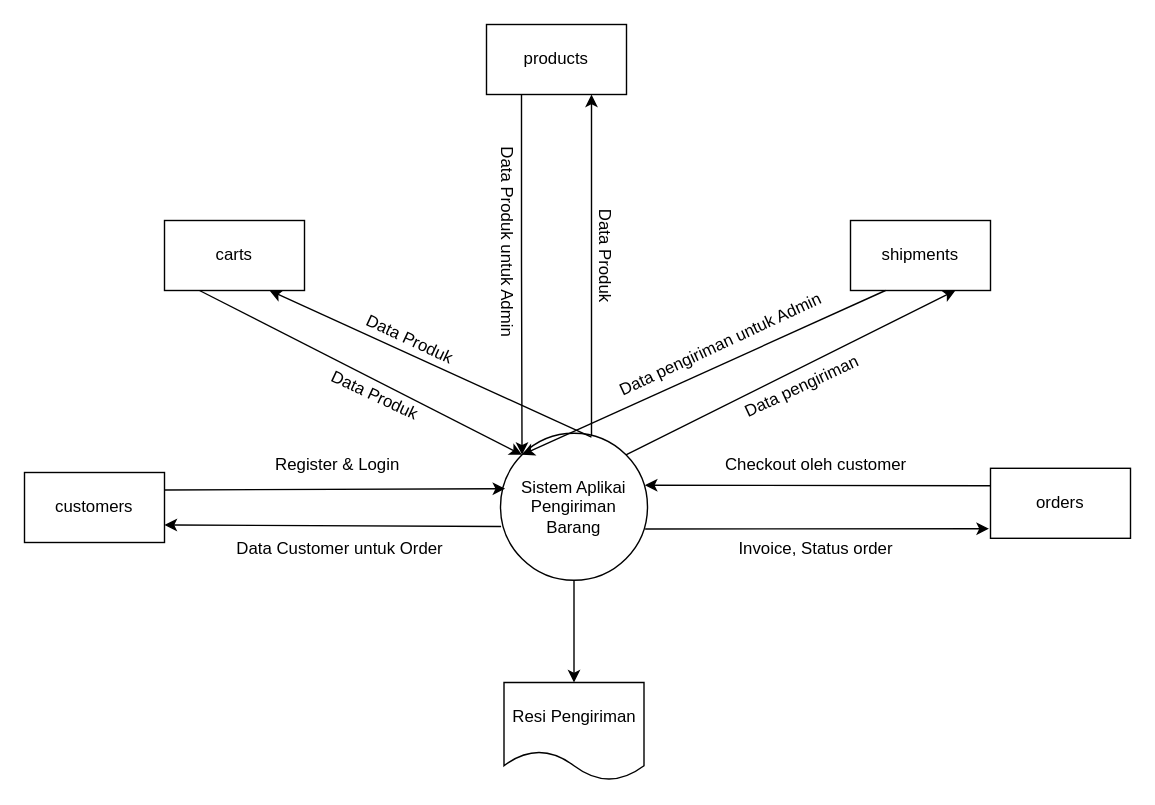
Earlier version of the draw.io diagram page "DFD" (2 of 4) of Tugas_Basdat_Jurnal.drawio (dapzz-id/DrawIO). Source tidied: cells renumbered, new cells numbered last; positions are measured from the earlier drawing's top-left corner, leaving out a move shared by most shapes. Both pictures are drawn from the tidied source at 140%, with x=0, y=0 at pixel (24, 24).
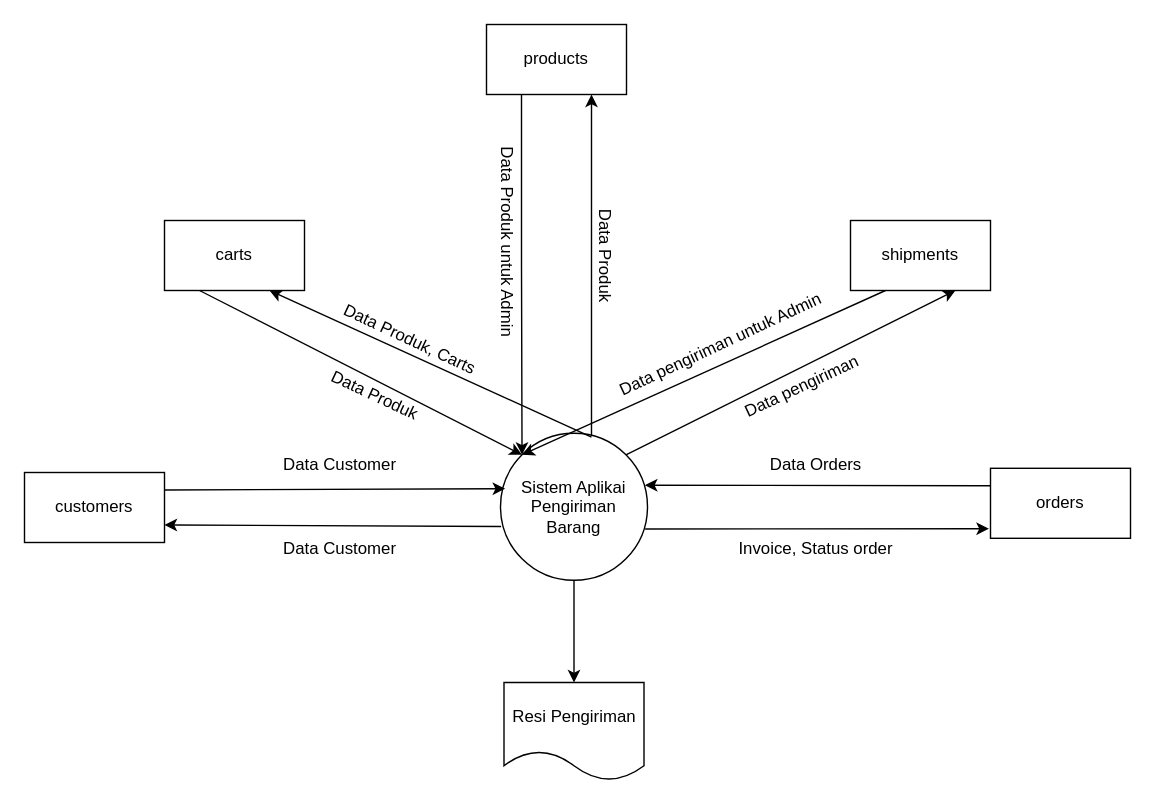
Above is the later version.

Change to the diagram source:
```diff
@@
-    <mxCell id="8" value="Register &amp;amp; Login&amp;nbsp;" style="text;html=1;align=center;verticalAlign=middle;strokeColor=none;fillColor=none;" parent="1" vertex="1">
-      <mxGeometry x="165" y="300" width="120" height="30" as="geometry" />
+    <mxCell id="8" value="Data Customer" style="text;html=1;align=center;verticalAlign=middle;strokeColor=none;fillColor=none;" parent="1" vertex="1">
+      <mxGeometry x="175" y="300" width="100" height="30" as="geometry" />
     </mxCell>
-    <mxCell id="9" value="Data Customer untuk Order" style="text;html=1;align=center;verticalAlign=middle;strokeColor=none;fillColor=none;" parent="1" vertex="1">
-      <mxGeometry x="140" y="360" width="170" height="30" as="geometry" />
+    <mxCell id="9" value="Data Customer" style="text;html=1;align=center;verticalAlign=middle;strokeColor=none;fillColor=none;" parent="1" vertex="1">
+      <mxGeometry x="175" y="360" width="100" height="30" as="geometry" />
     </mxCell>
@@
-    <mxCell id="12" value="Checkout oleh customer" style="text;html=1;align=center;verticalAlign=middle;strokeColor=none;fillColor=none;" parent="1" vertex="1">
-      <mxGeometry x="490" y="300" width="150" height="30" as="geometry" />
+    <mxCell id="12" value="Data Orders" style="text;html=1;align=center;verticalAlign=middle;strokeColor=none;fillColor=none;" parent="1" vertex="1">
+      <mxGeometry x="520" y="300" width="90" height="30" as="geometry" />
     </mxCell>
@@
-    <mxCell id="19" value="Data Produk" style="text;html=1;align=center;verticalAlign=middle;strokeColor=none;fillColor=none;rotation=25;" parent="1" vertex="1">
-      <mxGeometry x="230" y="210" width="90" height="30" as="geometry" />
+    <mxCell id="19" value="Data Produk, Carts" style="text;html=1;align=center;verticalAlign=middle;strokeColor=none;fillColor=none;rotation=25;" parent="1" vertex="1">
+      <mxGeometry x="210" y="210" width="130" height="30" as="geometry" />
     </mxCell>
```
